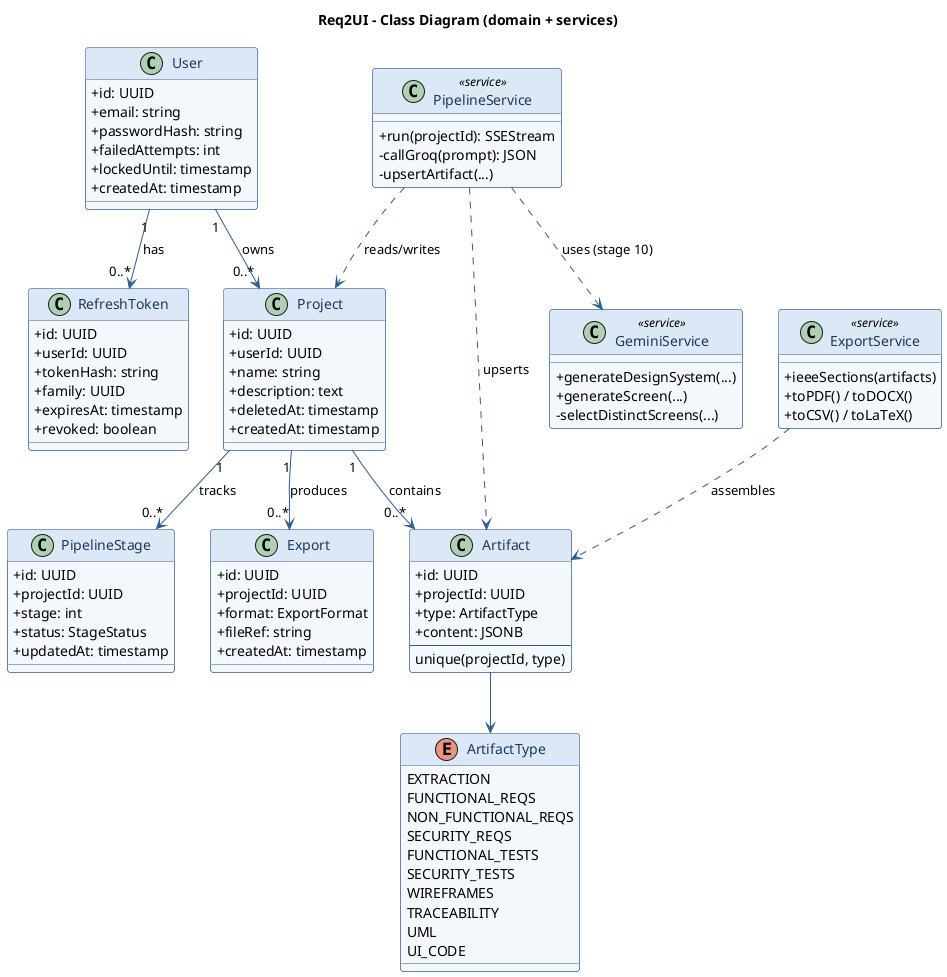
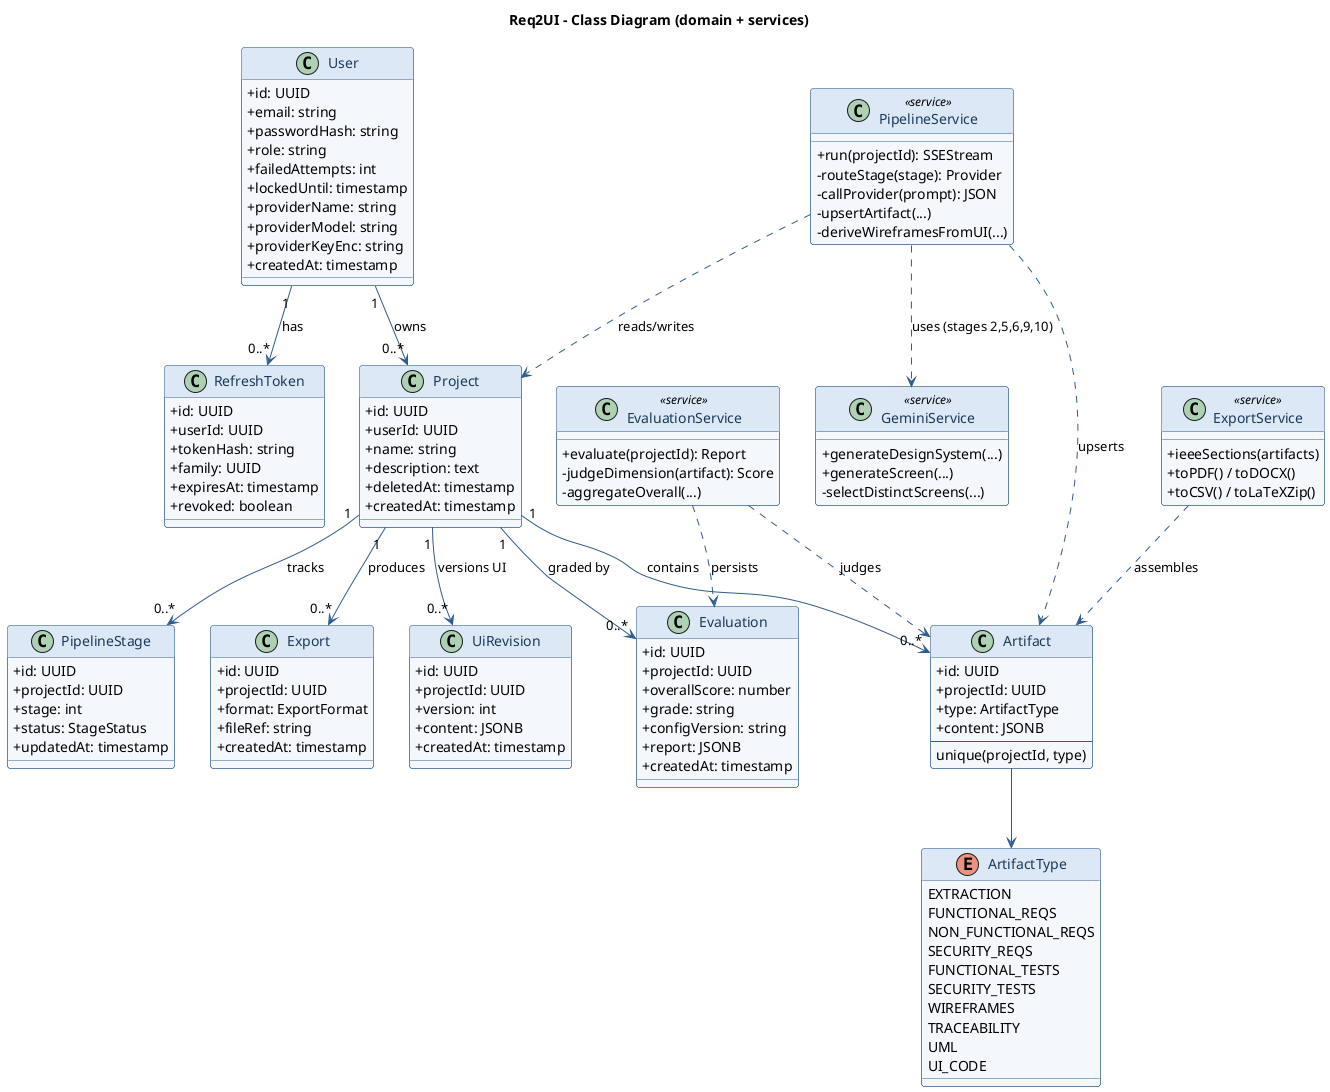
@startuml class
' Figure 3 - Class Diagram
skinparam backgroundColor White
skinparam defaultFontName Helvetica
skinparam shadowing false
skinparam roundCorner 6
skinparam classAttributeIconSize 0
skinparam class {
  BackgroundColor #F4F7FB
  BorderColor #2F5C8F
  HeaderBackgroundColor #DCE8F6
  FontColor #1B3A5B
  ArrowColor #2F5C8F
}

title Req2UI - Class Diagram (domain + services)

class User {
  +id: UUID
  +email: string
  +passwordHash: string
+   +role: string
  +failedAttempts: int
  +lockedUntil: timestamp
+   +providerName: string
+   +providerModel: string
+   +providerKeyEnc: string
  +createdAt: timestamp
}

class RefreshToken {
  +id: UUID
  +userId: UUID
  +tokenHash: string
  +family: UUID
  +expiresAt: timestamp
  +revoked: boolean
}

class Project {
  +id: UUID
  +userId: UUID
  +name: string
  +description: text
  +deletedAt: timestamp
  +createdAt: timestamp
}

class Artifact {
  +id: UUID
  +projectId: UUID
  +type: ArtifactType
  +content: JSONB
  --
  unique(projectId, type)
}

class PipelineStage {
  +id: UUID
  +projectId: UUID
  +stage: int
  +status: StageStatus
  +updatedAt: timestamp
}

class Export {
  +id: UUID
  +projectId: UUID
  +format: ExportFormat
  +fileRef: string
  +createdAt: timestamp
}

+ class UiRevision {
+   +id: UUID
+   +projectId: UUID
+   +version: int
+   +content: JSONB
+   +createdAt: timestamp
+ }
+ 
+ class Evaluation {
+   +id: UUID
+   +projectId: UUID
+   +overallScore: number
+   +grade: string
+   +configVersion: string
+   +report: JSONB
+   +createdAt: timestamp
+ }
+ 
enum ArtifactType {
  EXTRACTION
  FUNCTIONAL_REQS
  NON_FUNCTIONAL_REQS
  SECURITY_REQS
  FUNCTIONAL_TESTS
  SECURITY_TESTS
  WIREFRAMES
  TRACEABILITY
  UML
  UI_CODE
}

class PipelineService <<service>> {
  +run(projectId): SSEStream
-   -callGroq(prompt): JSON
+   -routeStage(stage): Provider
+   -callProvider(prompt): JSON
  -upsertArtifact(...)
+   -deriveWireframesFromUI(...)
}

class GeminiService <<service>> {
  +generateDesignSystem(...)
  +generateScreen(...)
  -selectDistinctScreens(...)
}

+ class EvaluationService <<service>> {
+   +evaluate(projectId): Report
+   -judgeDimension(artifact): Score
+   -aggregateOverall(...)
+ }
+ 
class ExportService <<service>> {
  +ieeeSections(artifacts)
  +toPDF() / toDOCX()
-   +toCSV() / toLaTeX()
+   +toCSV() / toLaTeXZip()
}

User "1" --> "0..*" Project : owns
User "1" --> "0..*" RefreshToken : has
Project "1" --> "0..*" Artifact : contains
Project "1" --> "0..*" PipelineStage : tracks
Project "1" --> "0..*" Export : produces
+ Project "1" --> "0..*" UiRevision : versions UI
+ Project "1" --> "0..*" Evaluation : graded by
Artifact --> ArtifactType

PipelineService ..> Project : reads/writes
PipelineService ..> Artifact : upserts
- PipelineService ..> GeminiService : uses (stage 10)
+ PipelineService ..> GeminiService : uses (stages 2,5,6,9,10)
+ EvaluationService ..> Artifact : judges
+ EvaluationService ..> Evaluation : persists
ExportService ..> Artifact : assembles
@enduml
